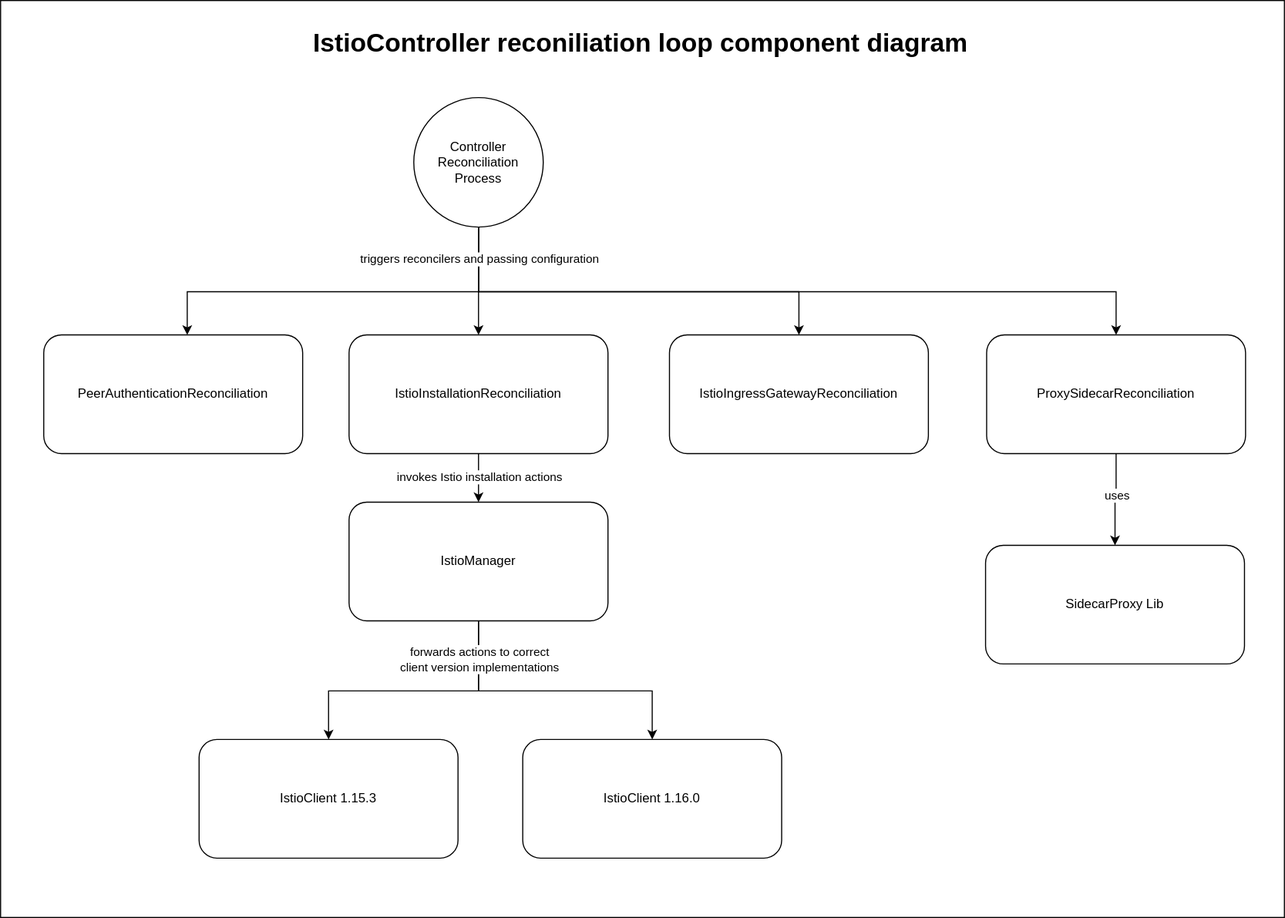
kyma-project/istio keeps this draw.io diagram as docs/controller-component-diagram.svg. Above is the earlier version. Source tidied: cells renumbered, new cells last; positions are measured from the earlier drawing's top-left corner, leaving out a move shared by most shapes.
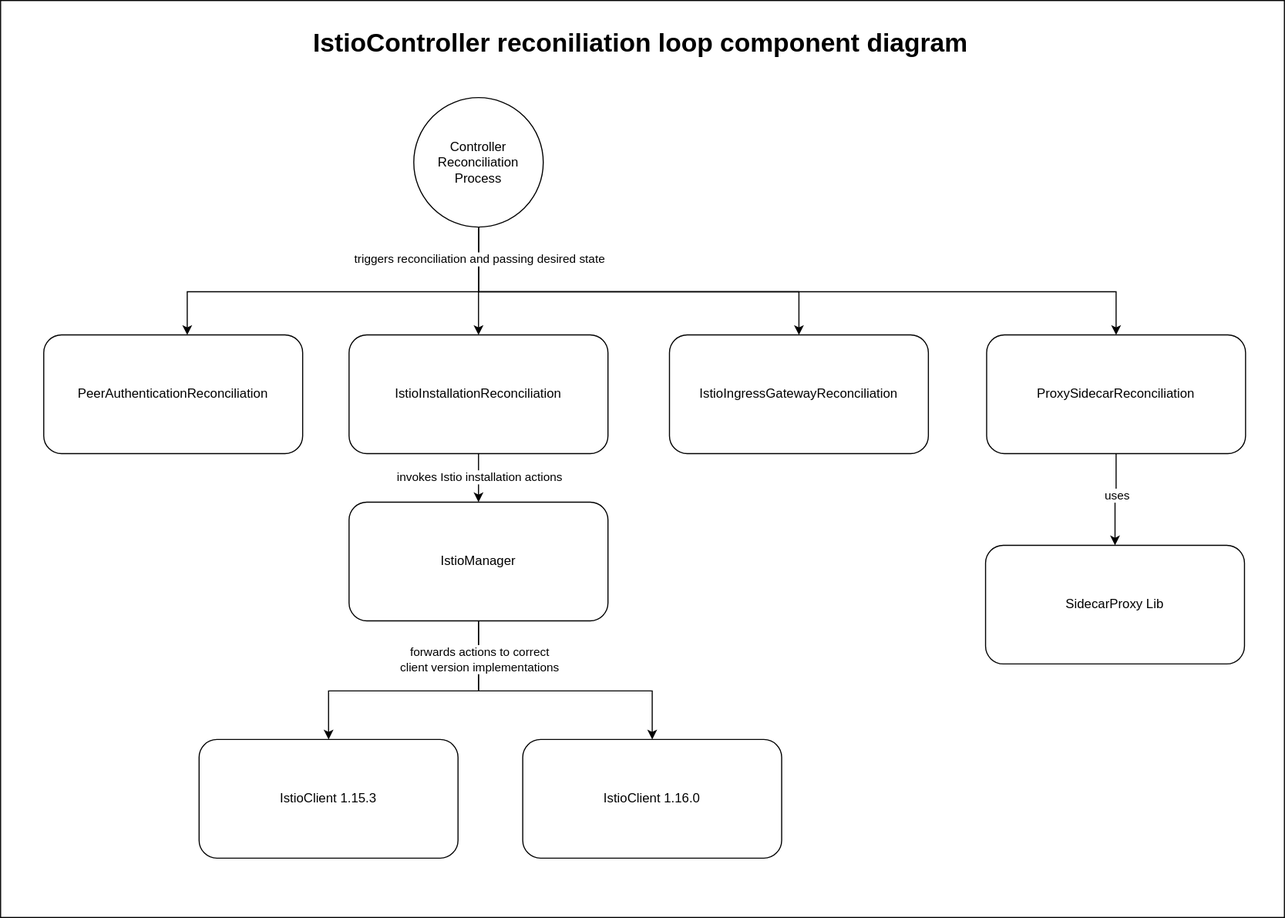
After the change.

Commit message:
Update for technical design

The edit, as a diff of the source:
```diff
@@ -58,7 +58,7 @@
         </Array>
       </mxGeometry>
     </mxCell>
-    <mxCell id="14" value="triggers reconcilers and passing configuration" style="edgeLabel;html=1;align=center;verticalAlign=middle;" parent="13" vertex="1">
+    <mxCell id="14" value="triggers reconciliation and passing desired state" style="edgeLabel;html=1;align=center;verticalAlign=middle;" parent="13" vertex="1">
       <mxGeometry x="0.61" y="-1" relative="1" as="geometry">
         <mxPoint x="-1" y="-30" as="offset" />
       </mxGeometry>
```
